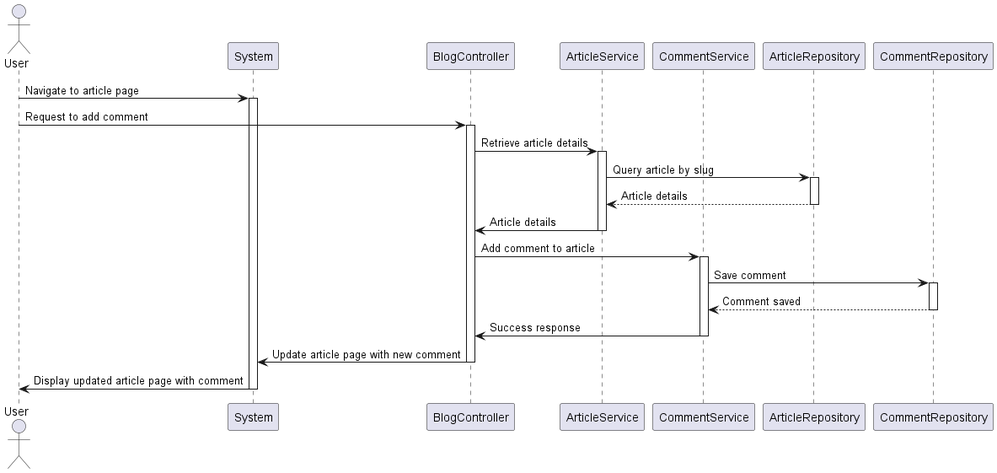
Earlier version of the PlantUML export diagrammes/diagrammes de séquences/comment_séquence.png (Waarrez/Blog-PHP-Projet-Openclassrooms).
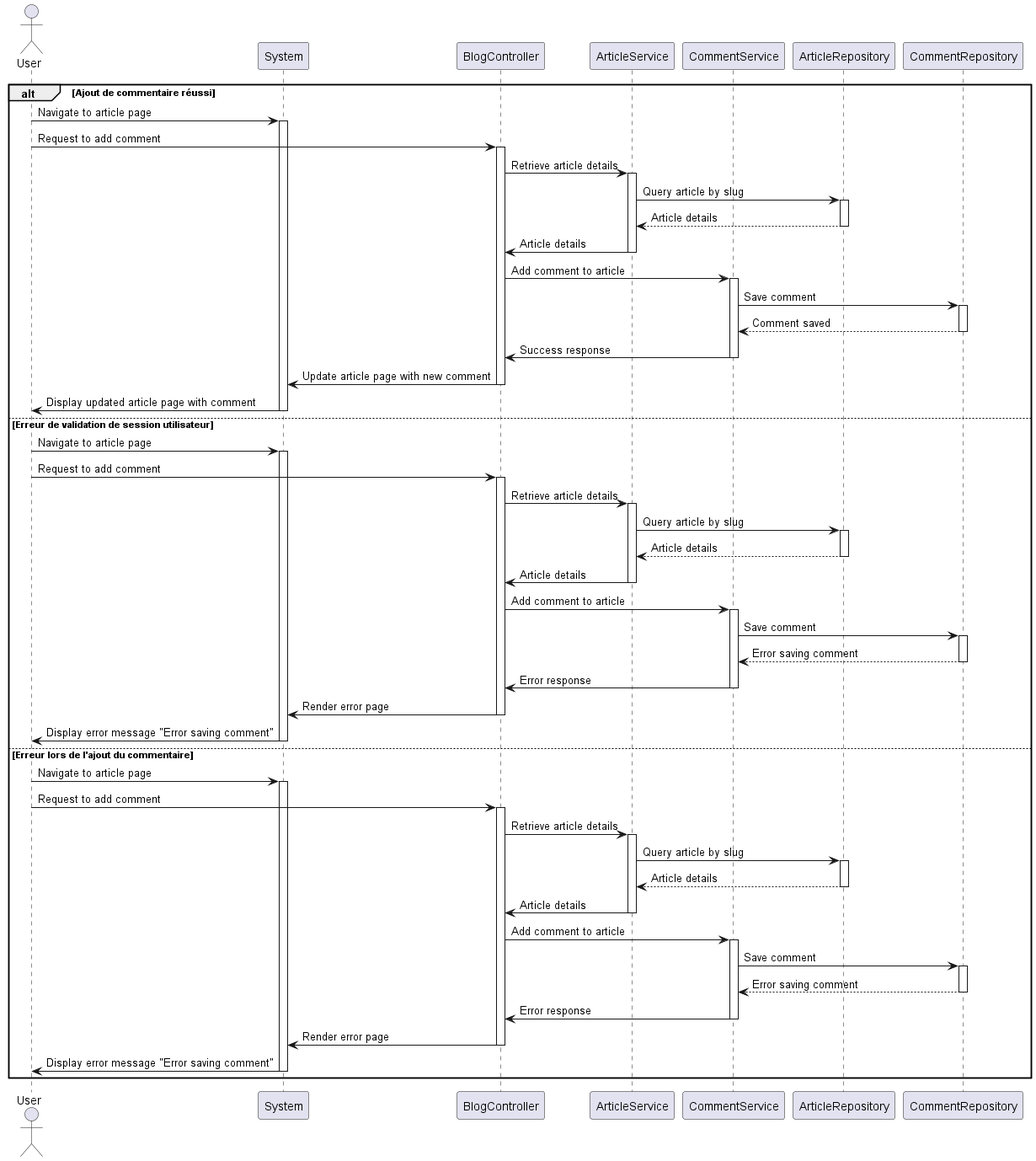
After the change.

What changed in the source:
```diff
@@ -8,38 +8,111 @@
 participant ArticleRepository as ArticleRepo
 participant CommentRepository as CommentRepo
 
-User -> System: Navigate to article page
-activate System
+alt Ajout de commentaire réussi
+    User -> System: Navigate to article page
+    activate System
 
-User -> Controller: Request to add comment
-activate Controller
+    User -> Controller: Request to add comment
+    activate Controller
 
-Controller -> ArticleService: Retrieve article details
-activate ArticleService
+    Controller -> ArticleService: Retrieve article details
+    activate ArticleService
 
-ArticleService -> ArticleRepo: Query article by slug
-activate ArticleRepo
-ArticleRepo --> ArticleService: Article details
-deactivate ArticleRepo
+    ArticleService -> ArticleRepo: Query article by slug
+    activate ArticleRepo
+    ArticleRepo --> ArticleService: Article details
+    deactivate ArticleRepo
 
-ArticleService -> Controller: Article details
-deactivate ArticleService
+    ArticleService -> Controller: Article details
+    deactivate ArticleService
 
-Controller -> CommentService: Add comment to article
-activate CommentService
+    Controller -> CommentService: Add comment to article
+    activate CommentService
 
-CommentService -> CommentRepo: Save comment
-activate CommentRepo
-CommentRepo --> CommentService: Comment saved
-deactivate CommentRepo
+    CommentService -> CommentRepo: Save comment
+    activate CommentRepo
+    CommentRepo --> CommentService: Comment saved
+    deactivate CommentRepo
 
-CommentService -> Controller: Success response
-deactivate CommentService
+    CommentService -> Controller: Success response
+    deactivate CommentService
 
-Controller -> System: Update article page with new comment
-deactivate Controller
+    Controller -> System: Update article page with new comment
+    deactivate Controller
 
-System -> User: Display updated article page with comment
+    System -> User: Display updated article page with comment
 
-deactivate System
+    deactivate System
+else Erreur de validation de session utilisateur
+    User -> System: Navigate to article page
+    activate System
+
+    User -> Controller: Request to add comment
+    activate Controller
+
+    Controller -> ArticleService: Retrieve article details
+    activate ArticleService
+
+    ArticleService -> ArticleRepo: Query article by slug
+    activate ArticleRepo
+    ArticleRepo --> ArticleService: Article details
+    deactivate ArticleRepo
+
+    ArticleService -> Controller: Article details
+    deactivate ArticleService
+
+    Controller -> CommentService: Add comment to article
+    activate CommentService
+
+    CommentService -> CommentRepo: Save comment
+    activate CommentRepo
+    CommentRepo --> CommentService: Error saving comment
+    deactivate CommentRepo
+
+    CommentService -> Controller: Error response
+    deactivate CommentService
+
+    Controller -> System: Render error page
+    deactivate Controller
+
+    System -> User: Display error message "Error saving comment"
+
+    deactivate System
+else Erreur lors de l'ajout du commentaire
+    User -> System: Navigate to article page
+    activate System
+
+    User -> Controller: Request to add comment
+    activate Controller
+
+    Controller -> ArticleService: Retrieve article details
+    activate ArticleService
+
+    ArticleService -> ArticleRepo: Query article by slug
+    activate ArticleRepo
+    ArticleRepo --> ArticleService: Article details
+    deactivate ArticleRepo
+
+    ArticleService -> Controller: Article details
+    deactivate ArticleService
+
+    Controller -> CommentService: Add comment to article
+    activate CommentService
+
+    CommentService -> CommentRepo: Save comment
+    activate CommentRepo
+    CommentRepo --> CommentService: Error saving comment
+    deactivate CommentRepo
+
+    CommentService -> Controller: Error response
+    deactivate CommentService
+
+    Controller -> System: Render error page
+    deactivate Controller
+
+    System -> User: Display error message "Error saving comment"
+
+    deactivate System
+end
+
 @enduml
```
